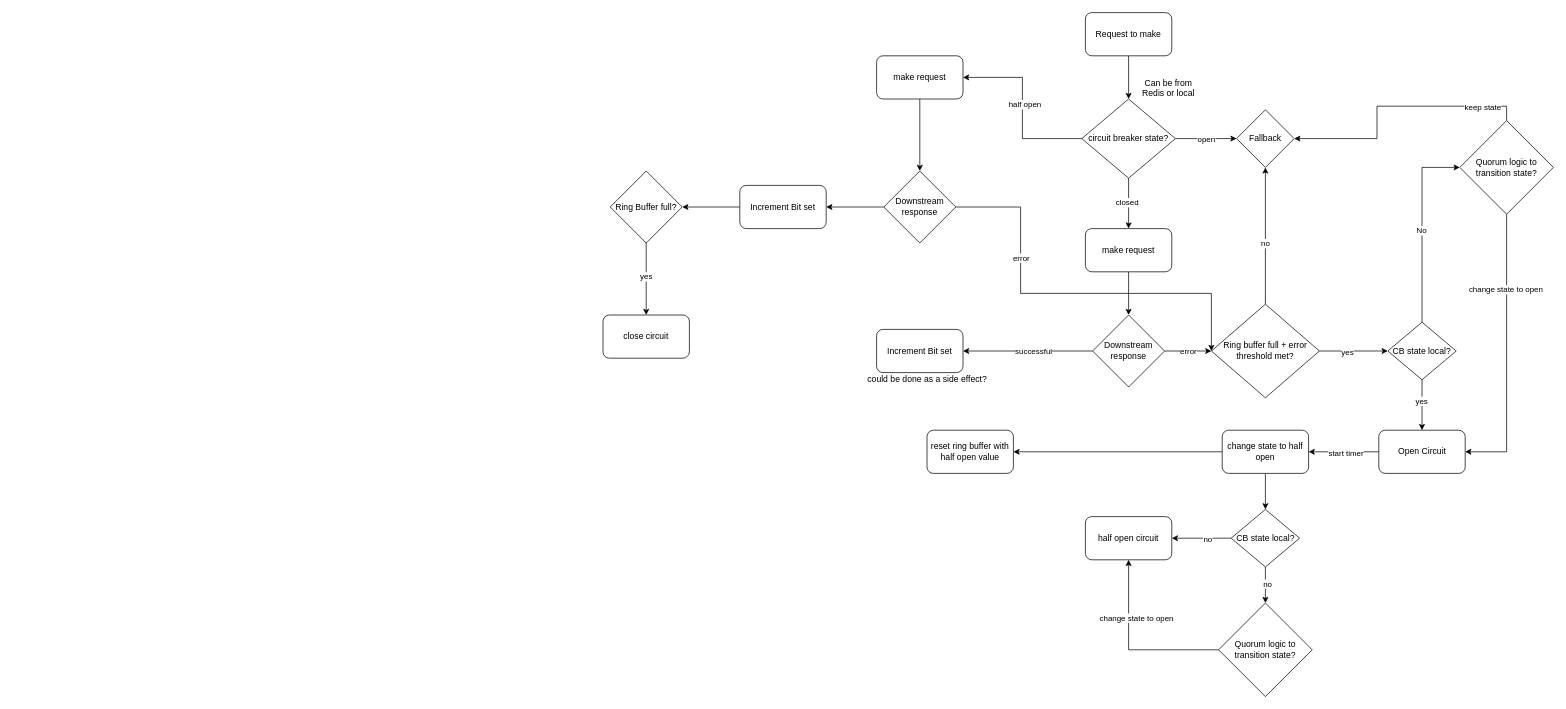
rayhaanbhikha/circuit-breaker keeps this draw.io diagram as cb-diagram.drawio. Above is the earlier version. Source tidied: cells renumbered, new cells numbered last; positions are measured from the earlier drawing's top-left corner, leaving out a move shared by most shapes. Both pictures are drawn from the tidied source at 72%, with x=0, y=0 at pixel (603, 12).
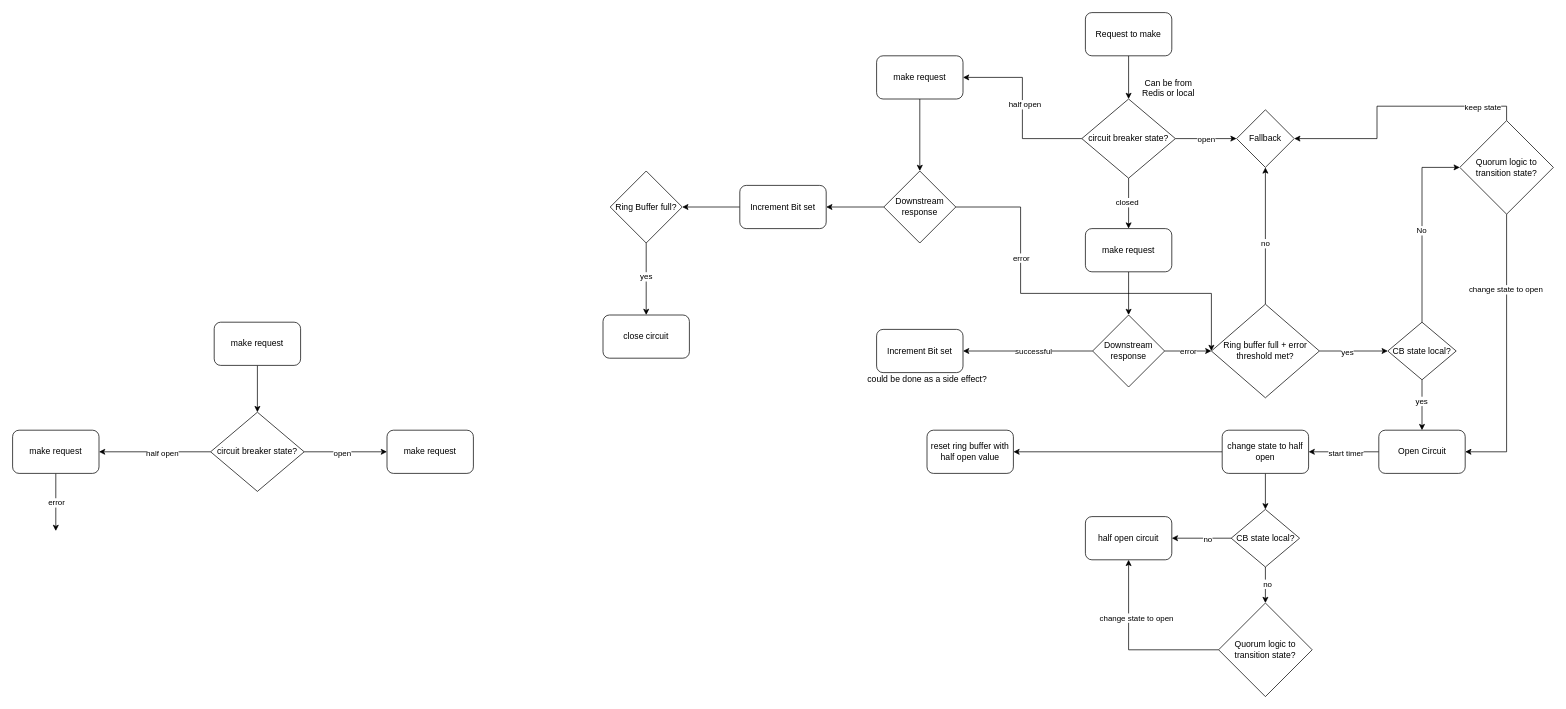
Above is the later version.

Commit message (it also covers changes not shown here):
using state machine

Diff of the diagram source:
```diff
@@
+    <mxCell id="67" style="edgeStyle=orthogonalEdgeStyle;rounded=0;jettySize=auto;html=1;entryX=0.5;entryY=0;entryDx=0;entryDy=0;" parent="1" edge="1" source="68" target="73">
+      <mxGeometry relative="1" as="geometry" />
+    </mxCell>
+    <mxCell id="68" value="make request" style="rounded=1;whiteSpace=wrap;html=1;" parent="1" vertex="1">
+      <mxGeometry x="-540" y="430" width="120" height="60" as="geometry" />
+    </mxCell>
+    <mxCell id="69" style="edgeStyle=orthogonalEdgeStyle;rounded=0;jettySize=auto;html=1;exitX=1;exitY=0.5;exitDx=0;exitDy=0;" parent="1" edge="1" source="73" target="74">
+      <mxGeometry relative="1" as="geometry" />
+    </mxCell>
+    <mxCell id="70" value="open" style="edgeLabel;html=1;align=center;verticalAlign=middle;" parent="69" vertex="1">
+      <mxGeometry x="-0.09" y="-2" relative="1" as="geometry" />
+    </mxCell>
+    <mxCell id="71" style="edgeStyle=orthogonalEdgeStyle;rounded=0;jettySize=auto;html=1;" parent="1" edge="1" source="73">
+      <mxGeometry relative="1" as="geometry">
+        <mxPoint x="-700" y="610" as="targetPoint" />
+      </mxGeometry>
+    </mxCell>
+    <mxCell id="72" value="half open" style="edgeLabel;html=1;align=center;verticalAlign=middle;" parent="71" vertex="1">
+      <mxGeometry x="-0.12" y="1" relative="1" as="geometry" />
+    </mxCell>
+    <mxCell id="73" value="circuit breaker state?" style="rhombus;whiteSpace=wrap;html=1;" parent="1" vertex="1">
+      <mxGeometry x="-545" y="555" width="130" height="110" as="geometry" />
+    </mxCell>
+    <mxCell id="74" value="make request" style="rounded=1;whiteSpace=wrap;html=1;" parent="1" vertex="1">
+      <mxGeometry x="-300" y="580" width="120" height="60" as="geometry" />
+    </mxCell>
+    <mxCell id="75" style="edgeStyle=orthogonalEdgeStyle;rounded=0;jettySize=auto;html=1;" parent="1" edge="1" source="77">
+      <mxGeometry relative="1" as="geometry">
+        <mxPoint x="-760" y="720" as="targetPoint" />
+      </mxGeometry>
+    </mxCell>
+    <mxCell id="76" value="error" style="edgeLabel;html=1;align=center;verticalAlign=middle;" parent="75" vertex="1">
+      <mxGeometry x="-0.13" y="-1" relative="1" as="geometry">
+        <mxPoint x="1" y="5" as="offset" />
+      </mxGeometry>
+    </mxCell>
+    <mxCell id="77" value="make request" style="rounded=1;whiteSpace=wrap;html=1;" parent="1" vertex="1">
+      <mxGeometry x="-820" y="580" width="120" height="60" as="geometry" />
+    </mxCell>
```
